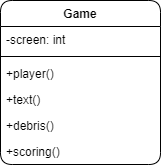
Earlier version of the draw.io export Assignments/A07/Game.png (LoicKonan/2143-OOP-Konan). Source tidied: cells renumbered, new cells last; positions are measured from the earlier drawing's top-left corner, leaving out a move shared by most shapes. Its diagram source:
```xml
<mxGraphModel>
  <root>
    <mxCell id="0" />
    <mxCell id="1" parent="0" />
    <mxCell id="2" value="Game" style="swimlane;fontStyle=1;align=center;verticalAlign=top;horizontal=1;startSize=26;shadow=0;strokeWidth=1;rounded=1;" parent="1" vertex="1">
      <mxGeometry width="160" height="164" as="geometry" />
    </mxCell>
    <mxCell id="3" value="-screen: int" style="text;align=left;verticalAlign=top;spacingLeft=4;spacingRight=4;overflow=hidden;shadow=0;html=0;rounded=1;" parent="2" vertex="1">
      <mxGeometry y="26" width="160" height="26" as="geometry" />
    </mxCell>
    <mxCell id="4" style="line;html=1;strokeWidth=1;align=left;verticalAlign=middle;spacingTop=-1;spacingLeft=3;spacingRight=3;labelPosition=right;rounded=1;" parent="2" vertex="1">
      <mxGeometry y="52" width="160" height="8" as="geometry" />
    </mxCell>
    <mxCell id="5" value="+player()" style="text;align=left;verticalAlign=top;spacingLeft=4;spacingRight=4;overflow=hidden;rounded=1;" parent="2" vertex="1">
      <mxGeometry y="60" width="160" height="26" as="geometry" />
    </mxCell>
    <mxCell id="6" value="+text()" style="text;align=left;verticalAlign=top;spacingLeft=4;spacingRight=4;overflow=hidden;rounded=1;" parent="2" vertex="1">
      <mxGeometry y="86" width="160" height="26" as="geometry" />
    </mxCell>
    <mxCell id="7" value="+debris()" style="text;align=left;verticalAlign=top;spacingLeft=4;spacingRight=4;overflow=hidden;shadow=0;html=0;rounded=1;" parent="2" vertex="1">
      <mxGeometry y="112" width="160" height="26" as="geometry" />
    </mxCell>
    <mxCell id="8" value="+scoring()" style="text;align=left;verticalAlign=top;spacingLeft=4;spacingRight=4;overflow=hidden;shadow=0;html=0;rounded=1;" parent="2" vertex="1">
      <mxGeometry y="138" width="160" height="26" as="geometry" />
    </mxCell>
  </root>
</mxGraphModel>
```
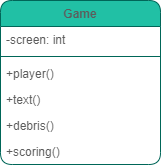
Later version of the same file.

What changed in the source:
```diff
@@ -2,25 +2,25 @@
   <root>
     <mxCell id="0" />
     <mxCell id="1" parent="0" />
-    <mxCell id="2" value="Game" style="swimlane;fontStyle=1;align=center;verticalAlign=top;horizontal=1;startSize=26;shadow=0;strokeWidth=1;rounded=1;" parent="1" vertex="1">
+    <mxCell id="2" value="Game" style="swimlane;fontStyle=1;align=center;verticalAlign=top;horizontal=1;startSize=26;shadow=0;strokeWidth=1;fillColor=#21C0A5;strokeColor=#006658;fontColor=#5C5C5C;rounded=1;" parent="1" vertex="1">
       <mxGeometry width="160" height="164" as="geometry" />
     </mxCell>
-    <mxCell id="3" value="-screen: int" style="text;align=left;verticalAlign=top;spacingLeft=4;spacingRight=4;overflow=hidden;shadow=0;html=0;rounded=1;" parent="2" vertex="1">
+    <mxCell id="3" value="-screen: int" style="text;align=left;verticalAlign=top;spacingLeft=4;spacingRight=4;overflow=hidden;shadow=0;html=0;fontColor=#5C5C5C;rounded=1;" parent="2" vertex="1">
       <mxGeometry y="26" width="160" height="26" as="geometry" />
     </mxCell>
-    <mxCell id="4" style="line;html=1;strokeWidth=1;align=left;verticalAlign=middle;spacingTop=-1;spacingLeft=3;spacingRight=3;labelPosition=right;rounded=1;" parent="2" vertex="1">
+    <mxCell id="4" style="line;html=1;strokeWidth=1;align=left;verticalAlign=middle;spacingTop=-1;spacingLeft=3;spacingRight=3;labelPosition=right;fillColor=#21C0A5;strokeColor=#006658;fontColor=#5C5C5C;rounded=1;" parent="2" vertex="1">
       <mxGeometry y="52" width="160" height="8" as="geometry" />
     </mxCell>
-    <mxCell id="5" value="+player()" style="text;align=left;verticalAlign=top;spacingLeft=4;spacingRight=4;overflow=hidden;rounded=1;" parent="2" vertex="1">
+    <mxCell id="5" value="+player()" style="text;align=left;verticalAlign=top;spacingLeft=4;spacingRight=4;overflow=hidden;fontColor=#5C5C5C;rounded=1;" parent="2" vertex="1">
       <mxGeometry y="60" width="160" height="26" as="geometry" />
     </mxCell>
-    <mxCell id="6" value="+text()" style="text;align=left;verticalAlign=top;spacingLeft=4;spacingRight=4;overflow=hidden;rounded=1;" parent="2" vertex="1">
+    <mxCell id="6" value="+text()" style="text;align=left;verticalAlign=top;spacingLeft=4;spacingRight=4;overflow=hidden;fontColor=#5C5C5C;rounded=1;" parent="2" vertex="1">
       <mxGeometry y="86" width="160" height="26" as="geometry" />
     </mxCell>
-    <mxCell id="7" value="+debris()" style="text;align=left;verticalAlign=top;spacingLeft=4;spacingRight=4;overflow=hidden;shadow=0;html=0;rounded=1;" parent="2" vertex="1">
+    <mxCell id="7" value="+debris()" style="text;align=left;verticalAlign=top;spacingLeft=4;spacingRight=4;overflow=hidden;shadow=0;html=0;fontColor=#5C5C5C;rounded=1;" parent="2" vertex="1">
       <mxGeometry y="112" width="160" height="26" as="geometry" />
     </mxCell>
-    <mxCell id="8" value="+scoring()" style="text;align=left;verticalAlign=top;spacingLeft=4;spacingRight=4;overflow=hidden;shadow=0;html=0;rounded=1;" parent="2" vertex="1">
+    <mxCell id="8" value="+scoring()" style="text;align=left;verticalAlign=top;spacingLeft=4;spacingRight=4;overflow=hidden;shadow=0;html=0;fontColor=#5C5C5C;rounded=1;" parent="2" vertex="1">
       <mxGeometry y="138" width="160" height="26" as="geometry" />
     </mxCell>
   </root>
```
